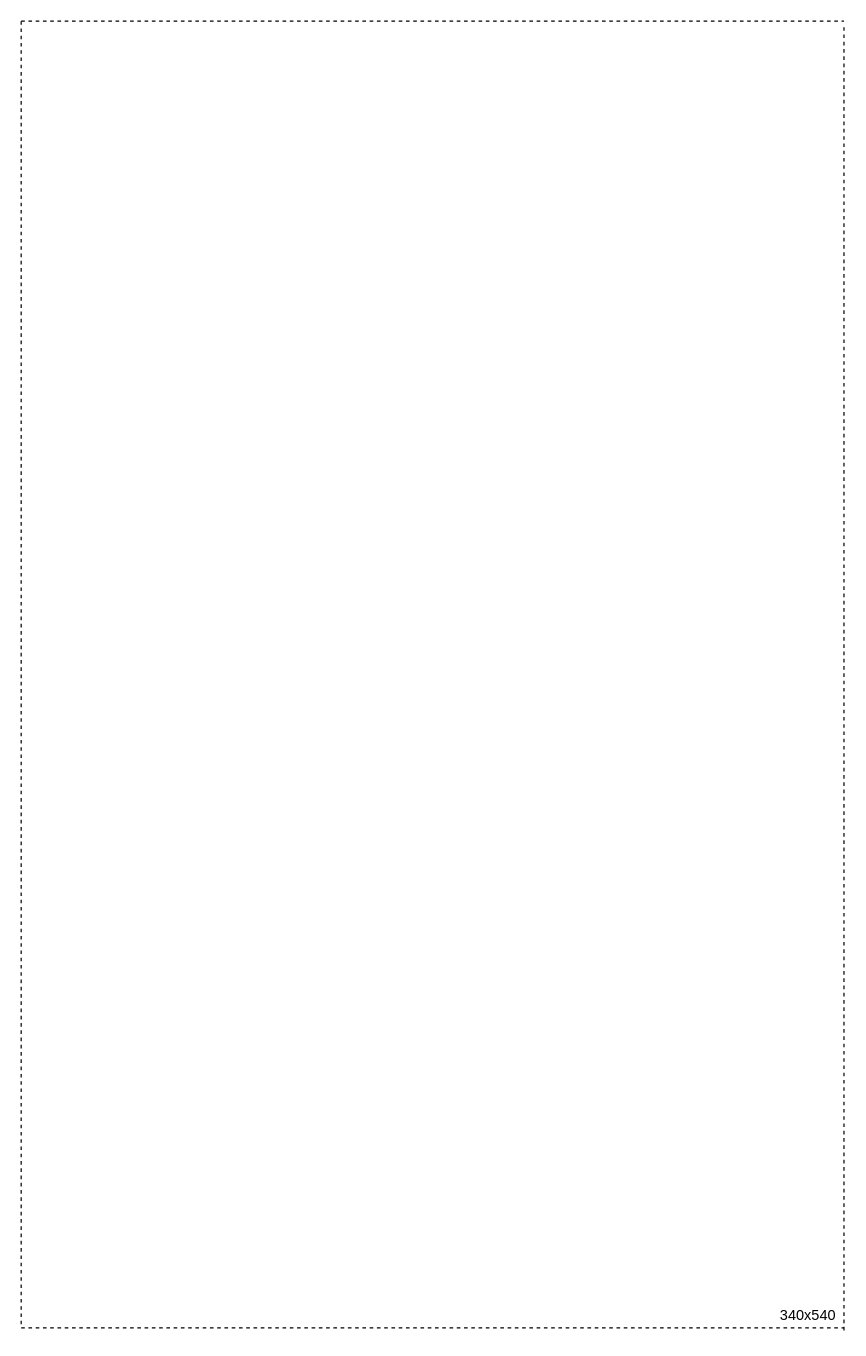
The draw.io diagram kopv5mk_placement_diagram_v2.drawio in jekavovikovich/jekavovikovich, before the edit. Source tidied: cells renumbered, new cells numbered last; positions are measured from the earlier drawing's top-left corner, leaving out a move shared by most shapes. Both pictures are drawn from the tidied source at 121%, with x=0, y=0 at pixel (21, 21).
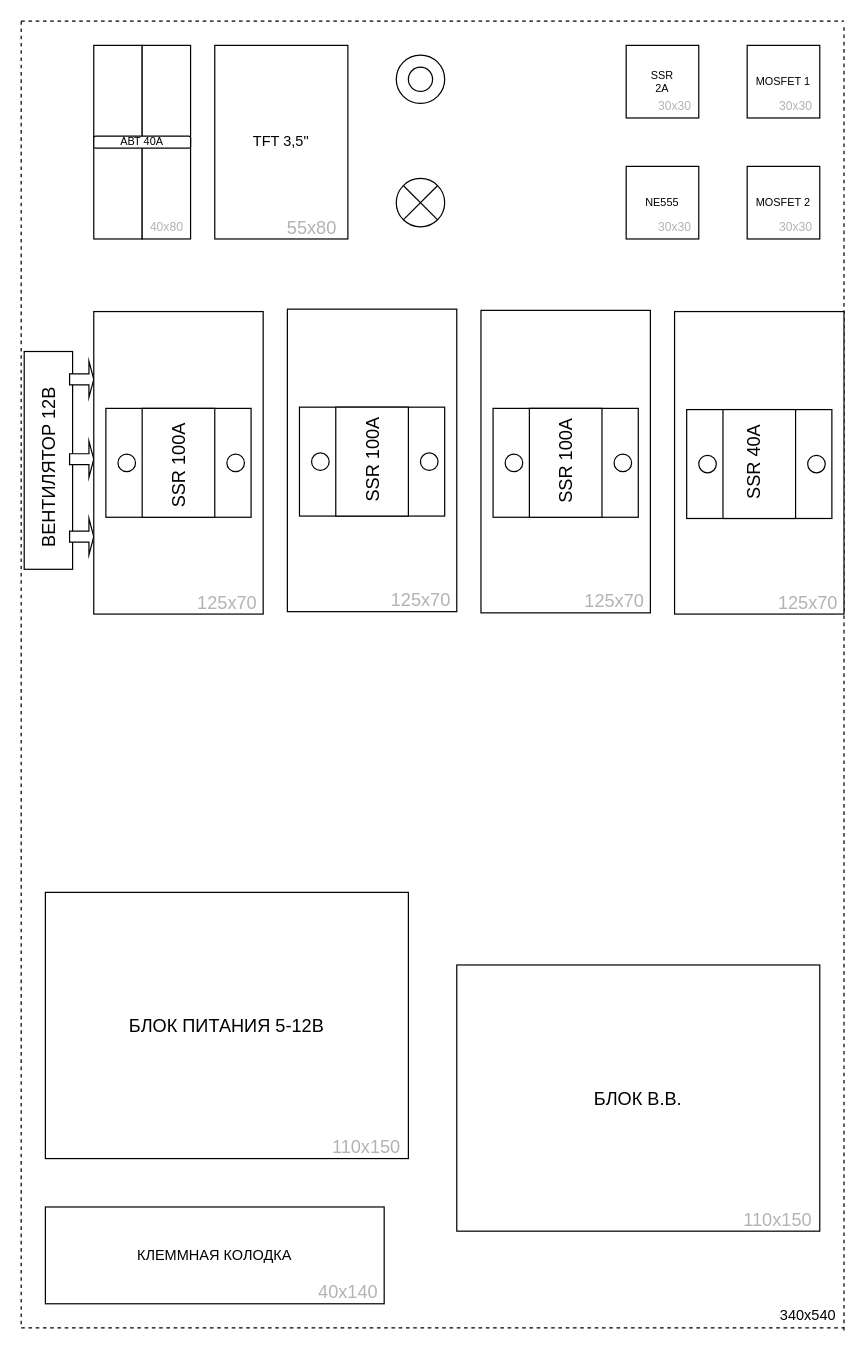
Above is the later version.

The edit, as a diff of the source:
```diff
@@
+    <mxCell id="7" value="&lt;div&gt;БЛОК В.В.&lt;br&gt;&lt;/div&gt;" style="rounded=0;whiteSpace=wrap;html=1;fontSize=15;" parent="1" vertex="1">
+      <mxGeometry x="360" y="780" width="300" height="220" as="geometry" />
+    </mxCell>
+    <mxCell id="8" value="110x150" style="text;html=1;align=center;verticalAlign=middle;strokeColor=none;fontSize=15;fontColor=#B3B3B3;" parent="1" vertex="1">
+      <mxGeometry x="590" y="980" width="70" height="20" as="geometry" />
+    </mxCell>
+    <mxCell id="9" value="&lt;div&gt;БЛОК ПИТАНИЯ 5-12В&lt;/div&gt;" style="rounded=0;whiteSpace=wrap;html=1;fontSize=15;" parent="1" vertex="1">
+      <mxGeometry x="20" y="720" width="300" height="220" as="geometry" />
+    </mxCell>
+    <mxCell id="10" value="110x150" style="text;html=1;align=center;verticalAlign=middle;strokeColor=none;fontSize=15;fontColor=#B3B3B3;" parent="1" vertex="1">
+      <mxGeometry x="250" y="920" width="70" height="20" as="geometry" />
+    </mxCell>
+    <mxCell id="11" value="КЛЕММНАЯ КОЛОДКА" style="rounded=0;whiteSpace=wrap;html=1;" parent="1" vertex="1">
+      <mxGeometry x="20" y="980" width="280" height="80" as="geometry" />
+    </mxCell>
+    <mxCell id="12" value="40х140" style="text;html=1;align=center;verticalAlign=middle;strokeColor=none;fontSize=15;fontColor=#B3B3B3;" parent="1" vertex="1">
+      <mxGeometry x="239.5" y="1040" width="60" height="20" as="geometry" />
+    </mxCell>
+    <mxCell id="13" style="rounded=0;whiteSpace=wrap;html=1;" parent="1" vertex="1">
+      <mxGeometry x="60" y="20" width="40" height="160" as="geometry" />
+    </mxCell>
+    <mxCell id="14" value="TFT 3,5&quot;" style="rounded=0;whiteSpace=wrap;html=1;" parent="1" vertex="1">
+      <mxGeometry x="160" y="20" width="110" height="160" as="geometry" />
+    </mxCell>
+    <mxCell id="15" style="rounded=0;whiteSpace=wrap;html=1;" parent="1" vertex="1">
+      <mxGeometry x="100" y="20" width="40" height="160" as="geometry" />
+    </mxCell>
+    <mxCell id="16" value="АВТ 40А" style="rounded=1;whiteSpace=wrap;html=1;fontSize=9;" parent="1" vertex="1">
+      <mxGeometry x="60" y="95" width="80" height="10" as="geometry" />
+    </mxCell>
+    <mxCell id="17" style="ellipse;whiteSpace=wrap;html=1;fontSize=9;" parent="1" vertex="1">
+      <mxGeometry x="310" y="28" width="40" height="40" as="geometry" />
+    </mxCell>
+    <mxCell id="18" style="ellipse;whiteSpace=wrap;html=1;fontSize=9;" parent="1" vertex="1">
+      <mxGeometry x="320" y="38" width="20" height="20" as="geometry" />
+    </mxCell>
+    <mxCell id="19" style="shape=sumEllipse;perimeter=ellipsePerimeter;whiteSpace=wrap;html=1;backgroundOutline=1;fontSize=9;" parent="1" vertex="1">
+      <mxGeometry x="310" y="130" width="40" height="40" as="geometry" />
+    </mxCell>
+    <mxCell id="20" value="&lt;div style=&quot;font-size: 10px;&quot;&gt;40x80&lt;/div&gt;" style="text;html=1;align=center;verticalAlign=middle;strokeColor=none;fontSize=10;fontColor=#B3B3B3;" parent="1" vertex="1">
+      <mxGeometry x="100" y="160" width="40" height="20" as="geometry" />
+    </mxCell>
+    <mxCell id="21" value="&lt;div&gt;55x80&lt;/div&gt;" style="text;html=1;align=center;verticalAlign=middle;strokeColor=none;fontSize=15;fontColor=#B3B3B3;" parent="1" vertex="1">
+      <mxGeometry x="210" y="160" width="60" height="20" as="geometry" />
+    </mxCell>
+    <mxCell id="22" style="rounded=0;whiteSpace=wrap;html=1;fontSize=15;" parent="1" vertex="1">
+      <mxGeometry x="2.5" y="273" width="40" height="180" as="geometry" />
+    </mxCell>
+    <mxCell id="23" style="shape=singleArrow;whiteSpace=wrap;html=1;labelBackgroundColor=none;fontSize=15;fillColor=#FFFFFF;" parent="1" vertex="1">
+      <mxGeometry x="40" y="281" width="20" height="30" as="geometry" />
+    </mxCell>
+    <mxCell id="24" style="shape=singleArrow;whiteSpace=wrap;html=1;labelBackgroundColor=none;fontSize=15;fillColor=#FFFFFF;" parent="1" vertex="1">
+      <mxGeometry x="40" y="411" width="20" height="30" as="geometry" />
+    </mxCell>
+    <mxCell id="25" style="shape=singleArrow;whiteSpace=wrap;html=1;labelBackgroundColor=none;fontSize=15;fillColor=#FFFFFF;" parent="1" vertex="1">
+      <mxGeometry x="40" y="347" width="20" height="30" as="geometry" />
+    </mxCell>
+    <mxCell id="26" value="ВЕНТИЛЯТОР 12В" style="text;html=1;strokeColor=none;fillColor=none;align=center;verticalAlign=middle;whiteSpace=wrap;rounded=0;labelBackgroundColor=none;fontSize=15;rotation=270;" parent="1" vertex="1">
+      <mxGeometry x="-55" y="358.8" width="155" height="20" as="geometry" />
+    </mxCell>
+    <mxCell id="27" style="rounded=0;whiteSpace=wrap;html=1;fontSize=15;" parent="1" vertex="1">
+      <mxGeometry x="60" y="240" width="140" height="250" as="geometry" />
+    </mxCell>
+    <mxCell id="28" style="rounded=0;whiteSpace=wrap;html=1;fontSize=15;" parent="1" vertex="1">
+      <mxGeometry x="220" y="238" width="140" height="250" as="geometry" />
+    </mxCell>
+    <mxCell id="29" style="rounded=0;whiteSpace=wrap;html=1;fontSize=15;" parent="1" vertex="1">
+      <mxGeometry x="380" y="239" width="140" height="250" as="geometry" />
+    </mxCell>
+    <mxCell id="30" style="rounded=0;whiteSpace=wrap;html=1;fontSize=15;" parent="1" vertex="1">
+      <mxGeometry x="540" y="240" width="140" height="250" as="geometry" />
+    </mxCell>
+    <mxCell id="31" style="rounded=0;whiteSpace=wrap;html=1;labelBackgroundColor=none;fontSize=15;fillColor=#FFFFFF;" parent="1" vertex="1">
+      <mxGeometry x="70" y="320" width="120" height="90" as="geometry" />
+    </mxCell>
+    <mxCell id="32" style="rounded=0;whiteSpace=wrap;html=1;labelBackgroundColor=none;fontSize=15;fillColor=#FFFFFF;" parent="1" vertex="1">
+      <mxGeometry x="100" y="320" width="60" height="90" as="geometry" />
+    </mxCell>
+    <mxCell id="33" style="ellipse;whiteSpace=wrap;html=1;labelBackgroundColor=none;fontSize=15;fillColor=#FFFFFF;" parent="1" vertex="1">
+      <mxGeometry x="80" y="357.8" width="14.5" height="14.5" as="geometry" />
+    </mxCell>
+    <mxCell id="34" style="ellipse;whiteSpace=wrap;html=1;labelBackgroundColor=none;fontSize=15;fillColor=#FFFFFF;" parent="1" vertex="1">
+      <mxGeometry x="170" y="357.8" width="14.5" height="14.5" as="geometry" />
+    </mxCell>
+    <mxCell id="35" style="rounded=0;whiteSpace=wrap;html=1;labelBackgroundColor=none;fontSize=15;fillColor=#FFFFFF;" parent="1" vertex="1">
+      <mxGeometry x="230" y="319" width="120" height="90" as="geometry" />
+    </mxCell>
+    <mxCell id="36" style="rounded=0;whiteSpace=wrap;html=1;labelBackgroundColor=none;fontSize=15;fillColor=#FFFFFF;" parent="1" vertex="1">
+      <mxGeometry x="260" y="319" width="60" height="90" as="geometry" />
+    </mxCell>
+    <mxCell id="37" style="ellipse;whiteSpace=wrap;html=1;labelBackgroundColor=none;fontSize=15;fillColor=#FFFFFF;" parent="1" vertex="1">
+      <mxGeometry x="240" y="356.8" width="14.5" height="14.5" as="geometry" />
+    </mxCell>
+    <mxCell id="38" style="ellipse;whiteSpace=wrap;html=1;labelBackgroundColor=none;fontSize=15;fillColor=#FFFFFF;" parent="1" vertex="1">
+      <mxGeometry x="330" y="356.8" width="14.5" height="14.5" as="geometry" />
+    </mxCell>
+    <mxCell id="39" style="rounded=0;whiteSpace=wrap;html=1;labelBackgroundColor=none;fontSize=15;fillColor=#FFFFFF;" parent="1" vertex="1">
+      <mxGeometry x="390" y="320" width="120" height="90" as="geometry" />
+    </mxCell>
+    <mxCell id="40" style="rounded=0;whiteSpace=wrap;html=1;labelBackgroundColor=none;fontSize=15;fillColor=#FFFFFF;" parent="1" vertex="1">
+      <mxGeometry x="420" y="320" width="60" height="90" as="geometry" />
+    </mxCell>
+    <mxCell id="41" style="ellipse;whiteSpace=wrap;html=1;labelBackgroundColor=none;fontSize=15;fillColor=#FFFFFF;" parent="1" vertex="1">
+      <mxGeometry x="400" y="357.8" width="14.5" height="14.5" as="geometry" />
+    </mxCell>
+    <mxCell id="42" style="ellipse;whiteSpace=wrap;html=1;labelBackgroundColor=none;fontSize=15;fillColor=#FFFFFF;" parent="1" vertex="1">
+      <mxGeometry x="490" y="357.8" width="14.5" height="14.5" as="geometry" />
+    </mxCell>
+    <mxCell id="43" style="rounded=0;whiteSpace=wrap;html=1;labelBackgroundColor=none;fontSize=15;fillColor=#FFFFFF;" parent="1" vertex="1">
+      <mxGeometry x="550" y="321" width="120" height="90" as="geometry" />
+    </mxCell>
+    <mxCell id="44" style="rounded=0;whiteSpace=wrap;html=1;labelBackgroundColor=none;fontSize=15;fillColor=#FFFFFF;" parent="1" vertex="1">
+      <mxGeometry x="580" y="321" width="60" height="90" as="geometry" />
+    </mxCell>
+    <mxCell id="45" style="ellipse;whiteSpace=wrap;html=1;labelBackgroundColor=none;fontSize=15;fillColor=#FFFFFF;" parent="1" vertex="1">
+      <mxGeometry x="560" y="358.8" width="14.5" height="14.5" as="geometry" />
+    </mxCell>
+    <mxCell id="46" style="ellipse;whiteSpace=wrap;html=1;labelBackgroundColor=none;fontSize=15;fillColor=#FFFFFF;" parent="1" vertex="1">
+      <mxGeometry x="650" y="358.8" width="14.5" height="14.5" as="geometry" />
+    </mxCell>
+    <mxCell id="47" value="&lt;div&gt;SSR 100A&lt;/div&gt;" style="text;html=1;align=center;verticalAlign=middle;strokeColor=none;fontSize=15;rotation=270;" parent="1" vertex="1">
+      <mxGeometry x="85" y="357.8" width="90" height="20" as="geometry" />
+    </mxCell>
+    <mxCell id="48" value="&lt;div&gt;SSR 40A&lt;/div&gt;" style="text;html=1;align=center;verticalAlign=middle;strokeColor=none;fontSize=15;rotation=270;" parent="1" vertex="1">
+      <mxGeometry x="565" y="355" width="80" height="20" as="geometry" />
+    </mxCell>
+    <mxCell id="49" value="&lt;div&gt;SSR 100A&lt;/div&gt;" style="text;html=1;align=center;verticalAlign=middle;strokeColor=none;fontSize=15;rotation=270;" parent="1" vertex="1">
+      <mxGeometry x="245" y="353" width="90" height="20" as="geometry" />
+    </mxCell>
+    <mxCell id="50" value="&lt;div&gt;SSR 100A&lt;/div&gt;" style="text;html=1;align=center;verticalAlign=middle;strokeColor=none;fontSize=15;rotation=270;" parent="1" vertex="1">
+      <mxGeometry x="405" y="354" width="90" height="20" as="geometry" />
+    </mxCell>
+    <mxCell id="51" value="125x70" style="text;html=1;align=center;verticalAlign=middle;strokeColor=none;fontSize=15;fontColor=#B3B3B3;" parent="1" vertex="1">
+      <mxGeometry x="620" y="470" width="60" height="20" as="geometry" />
+    </mxCell>
+    <mxCell id="52" value="125x70" style="text;html=1;align=center;verticalAlign=middle;strokeColor=none;fontSize=15;fontColor=#B3B3B3;" parent="1" vertex="1">
+      <mxGeometry x="140" y="470" width="60" height="20" as="geometry" />
+    </mxCell>
+    <mxCell id="53" value="125x70" style="text;html=1;align=center;verticalAlign=middle;strokeColor=none;fontSize=15;fontColor=#B3B3B3;" parent="1" vertex="1">
+      <mxGeometry x="300" y="468" width="60" height="20" as="geometry" />
+    </mxCell>
+    <mxCell id="54" value="125x70" style="text;html=1;align=center;verticalAlign=middle;strokeColor=none;fontSize=15;fontColor=#B3B3B3;" parent="1" vertex="1">
+      <mxGeometry x="460" y="469" width="60" height="20" as="geometry" />
+    </mxCell>
+    <mxCell id="55" value="&lt;div&gt;SSR&lt;/div&gt;&lt;div&gt;2A&lt;br&gt;&lt;/div&gt;" style="whiteSpace=wrap;html=1;fontSize=9;" parent="1" vertex="1">
+      <mxGeometry x="500" y="20" width="60" height="60" as="geometry" />
+    </mxCell>
+    <mxCell id="56" value="&lt;div&gt;NE555&lt;/div&gt;" style="whiteSpace=wrap;html=1;fontSize=9;" parent="1" vertex="1">
+      <mxGeometry x="500" y="120" width="60" height="60" as="geometry" />
+    </mxCell>
+    <mxCell id="57" value="MOSFET 1" style="whiteSpace=wrap;html=1;fontSize=9;" parent="1" vertex="1">
+      <mxGeometry x="600" y="20" width="60" height="60" as="geometry" />
+    </mxCell>
+    <mxCell id="58" value="MOSFET 2" style="whiteSpace=wrap;html=1;fontSize=9;" parent="1" vertex="1">
+      <mxGeometry x="600" y="120" width="60" height="60" as="geometry" />
+    </mxCell>
+    <mxCell id="59" value="30x30" style="text;html=1;align=center;verticalAlign=middle;strokeColor=none;fontSize=10;fontColor=#B3B3B3;" parent="1" vertex="1">
+      <mxGeometry x="520" y="160" width="40" height="20" as="geometry" />
+    </mxCell>
+    <mxCell id="60" value="30x30" style="text;html=1;align=center;verticalAlign=middle;strokeColor=none;fontSize=10;fontColor=#B3B3B3;" parent="1" vertex="1">
+      <mxGeometry x="520" y="60" width="40" height="20" as="geometry" />
+    </mxCell>
+    <mxCell id="61" value="30x30" style="text;html=1;align=center;verticalAlign=middle;strokeColor=none;fontSize=10;fontColor=#B3B3B3;" parent="1" vertex="1">
+      <mxGeometry x="620" y="60" width="40" height="20" as="geometry" />
+    </mxCell>
+    <mxCell id="62" value="30x30" style="text;html=1;align=center;verticalAlign=middle;strokeColor=none;fontSize=10;fontColor=#B3B3B3;" parent="1" vertex="1">
+      <mxGeometry x="620" y="160" width="40" height="20" as="geometry" />
+    </mxCell>
```
